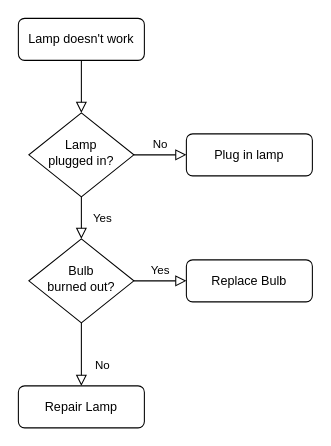
Above: Untitled Diagram.drawio in HoweZhang/My-first-github (draw.io), before the change. Source tidied: cells renumbered, new cells numbered last; positions are measured from the earlier drawing's top-left corner, leaving out a move shared by most shapes. Both pictures are drawn from the tidied source at 105%, with x=0, y=0 at pixel (18, 18).
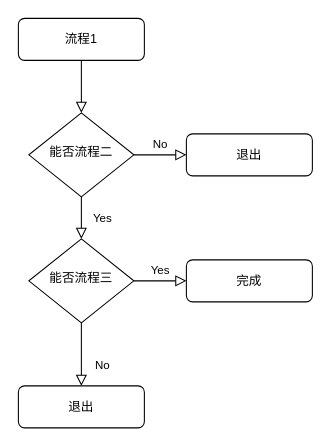
The same diagram, later.

Diff of the diagram source:
```diff
@@
 <mxGraphModel>
   <root>
     <mxCell id="0" />
     <mxCell id="1" parent="0" />
     <mxCell id="2" style="rounded=0;html=1;jettySize=auto;fontSize=11;endArrow=block;endFill=0;endSize=8;strokeWidth=1;shadow=0;labelBackgroundColor=none;edgeStyle=orthogonalEdgeStyle;" parent="1" edge="1" source="3" target="6">
       <mxGeometry relative="1" as="geometry" />
     </mxCell>
-    <mxCell id="3" value="Lamp doesn't work" style="rounded=1;whiteSpace=wrap;html=1;fontSize=12;glass=0;strokeWidth=1;shadow=0;" parent="1" vertex="1">
+    <mxCell id="3" value="流程1" style="rounded=1;whiteSpace=wrap;html=1;fontSize=12;glass=0;strokeWidth=1;shadow=0;" parent="1" vertex="1">
       <mxGeometry width="120" height="40" as="geometry" />
     </mxCell>
     <mxCell id="4" value="Yes" style="rounded=0;html=1;jettySize=auto;fontSize=11;endArrow=block;endFill=0;endSize=8;strokeWidth=1;shadow=0;labelBackgroundColor=none;edgeStyle=orthogonalEdgeStyle;" parent="1" edge="1" source="6" target="10">
       <mxGeometry y="20" relative="1" as="geometry" />
     </mxCell>
     <mxCell id="5" value="No" style="edgeStyle=orthogonalEdgeStyle;rounded=0;html=1;jettySize=auto;fontSize=11;endArrow=block;endFill=0;endSize=8;strokeWidth=1;shadow=0;labelBackgroundColor=none;" parent="1" edge="1" source="6" target="7">
       <mxGeometry y="10" relative="1" as="geometry" />
     </mxCell>
-    <mxCell id="6" value="Lamp&lt;br&gt;plugged in?" style="rhombus;whiteSpace=wrap;html=1;shadow=0;fontFamily=Helvetica;fontSize=12;align=center;strokeWidth=1;spacing=6;spacingTop=-4;" parent="1" vertex="1">
+    <mxCell id="6" value="能否流程二" style="rhombus;whiteSpace=wrap;html=1;shadow=0;fontFamily=Helvetica;fontSize=12;align=center;strokeWidth=1;spacing=6;spacingTop=-4;" parent="1" vertex="1">
       <mxGeometry x="10" y="90" width="100" height="80" as="geometry" />
     </mxCell>
-    <mxCell id="7" value="Plug in lamp" style="rounded=1;whiteSpace=wrap;html=1;fontSize=12;glass=0;strokeWidth=1;shadow=0;" parent="1" vertex="1">
+    <mxCell id="7" value="退出" style="rounded=1;whiteSpace=wrap;html=1;fontSize=12;glass=0;strokeWidth=1;shadow=0;" parent="1" vertex="1">
       <mxGeometry x="160" y="110" width="120" height="40" as="geometry" />
     </mxCell>
     <mxCell id="8" value="No" style="rounded=0;html=1;jettySize=auto;fontSize=11;endArrow=block;endFill=0;endSize=8;strokeWidth=1;shadow=0;labelBackgroundColor=none;edgeStyle=orthogonalEdgeStyle;" parent="1" edge="1" source="10" target="11">
       <mxGeometry x="0.33" y="20" relative="1" as="geometry" />
     </mxCell>
     <mxCell id="9" value="Yes" style="edgeStyle=orthogonalEdgeStyle;rounded=0;html=1;jettySize=auto;fontSize=11;endArrow=block;endFill=0;endSize=8;strokeWidth=1;shadow=0;labelBackgroundColor=none;" parent="1" edge="1" source="10" target="12">
       <mxGeometry y="10" relative="1" as="geometry" />
     </mxCell>
-    <mxCell id="10" value="Bulb&lt;br&gt;burned out?" style="rhombus;whiteSpace=wrap;html=1;shadow=0;fontFamily=Helvetica;fontSize=12;align=center;strokeWidth=1;spacing=6;spacingTop=-4;" parent="1" vertex="1">
+    <mxCell id="10" value="能否流程三" style="rhombus;whiteSpace=wrap;html=1;shadow=0;fontFamily=Helvetica;fontSize=12;align=center;strokeWidth=1;spacing=6;spacingTop=-4;" parent="1" vertex="1">
       <mxGeometry x="10" y="210" width="100" height="80" as="geometry" />
     </mxCell>
-    <mxCell id="11" value="Repair Lamp" style="rounded=1;whiteSpace=wrap;html=1;fontSize=12;glass=0;strokeWidth=1;shadow=0;" parent="1" vertex="1">
+    <mxCell id="11" value="退出" style="rounded=1;whiteSpace=wrap;html=1;fontSize=12;glass=0;strokeWidth=1;shadow=0;" parent="1" vertex="1">
       <mxGeometry y="350" width="120" height="40" as="geometry" />
     </mxCell>
-    <mxCell id="12" value="Replace Bulb" style="rounded=1;whiteSpace=wrap;html=1;fontSize=12;glass=0;strokeWidth=1;shadow=0;" parent="1" vertex="1">
+    <mxCell id="12" value="完成" style="rounded=1;whiteSpace=wrap;html=1;fontSize=12;glass=0;strokeWidth=1;shadow=0;" parent="1" vertex="1">
       <mxGeometry x="160" y="230" width="120" height="40" as="geometry" />
     </mxCell>
   </root>
 </mxGraphModel>
```
